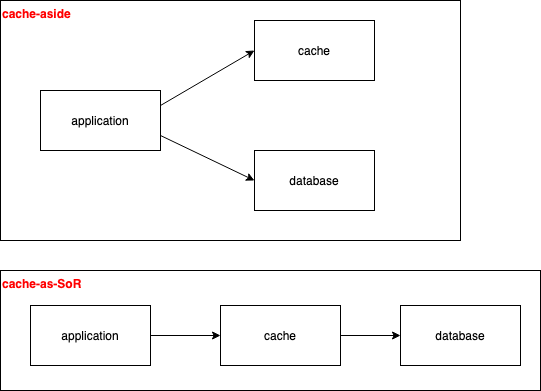
Earlier version of the draw.io export cache-aside-and-sor.png (GallantKong/diagram). Source tidied: cells renumbered, new cells last; positions are measured from the earlier drawing's top-left corner, leaving out a move shared by most shapes.
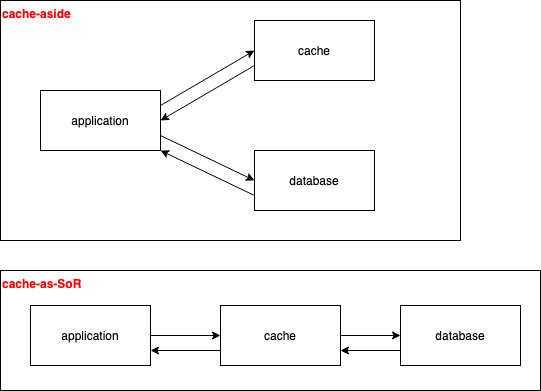
Later version of the same file.

Change to the diagram source:
```diff
@@ -14,9 +14,15 @@
     <mxCell id="5" value="application" style="rounded=0;whiteSpace=wrap;html=1;" parent="1" vertex="1">
       <mxGeometry x="40" y="90" width="120" height="60" as="geometry" />
     </mxCell>
+    <mxCell id="14" style="edgeStyle=none;rounded=0;jettySize=auto;html=1;exitX=0;exitY=0.75;exitDx=0;exitDy=0;entryX=1;entryY=0.5;entryDx=0;entryDy=0;" parent="1" edge="1" source="6" target="5">
+      <mxGeometry relative="1" as="geometry" />
+    </mxCell>
     <mxCell id="6" value="cache" style="rounded=0;whiteSpace=wrap;html=1;" parent="1" vertex="1">
       <mxGeometry x="254" y="20" width="120" height="60" as="geometry" />
     </mxCell>
+    <mxCell id="15" style="edgeStyle=none;rounded=0;jettySize=auto;html=1;exitX=0;exitY=0.75;exitDx=0;exitDy=0;entryX=1;entryY=1;entryDx=0;entryDy=0;" parent="1" edge="1" source="7" target="5">
+      <mxGeometry relative="1" as="geometry" />
+    </mxCell>
     <mxCell id="7" value="database" style="rounded=0;whiteSpace=wrap;html=1;" parent="1" vertex="1">
       <mxGeometry x="254" y="150" width="120" height="60" as="geometry" />
     </mxCell>
@@ -32,9 +38,15 @@
     <mxCell id="11" style="edgeStyle=orthogonalEdgeStyle;rounded=0;jettySize=auto;html=1;" parent="1" edge="1" source="12" target="13">
       <mxGeometry relative="1" as="geometry" />
     </mxCell>
+    <mxCell id="16" style="edgeStyle=none;rounded=0;jettySize=auto;html=1;exitX=0;exitY=0.75;exitDx=0;exitDy=0;entryX=1;entryY=0.75;entryDx=0;entryDy=0;" parent="1" edge="1" source="12" target="10">
+      <mxGeometry relative="1" as="geometry" />
+    </mxCell>
     <mxCell id="12" value="cache" style="rounded=0;whiteSpace=wrap;html=1;" parent="1" vertex="1">
       <mxGeometry x="220" y="305" width="120" height="60" as="geometry" />
     </mxCell>
+    <mxCell id="17" style="edgeStyle=none;rounded=0;jettySize=auto;html=1;exitX=0;exitY=0.75;exitDx=0;exitDy=0;entryX=1;entryY=0.75;entryDx=0;entryDy=0;" parent="1" edge="1" source="13" target="12">
+      <mxGeometry relative="1" as="geometry" />
+    </mxCell>
     <mxCell id="13" value="database" style="rounded=0;whiteSpace=wrap;html=1;" parent="1" vertex="1">
       <mxGeometry x="400" y="305" width="120" height="60" as="geometry" />
     </mxCell>
```
